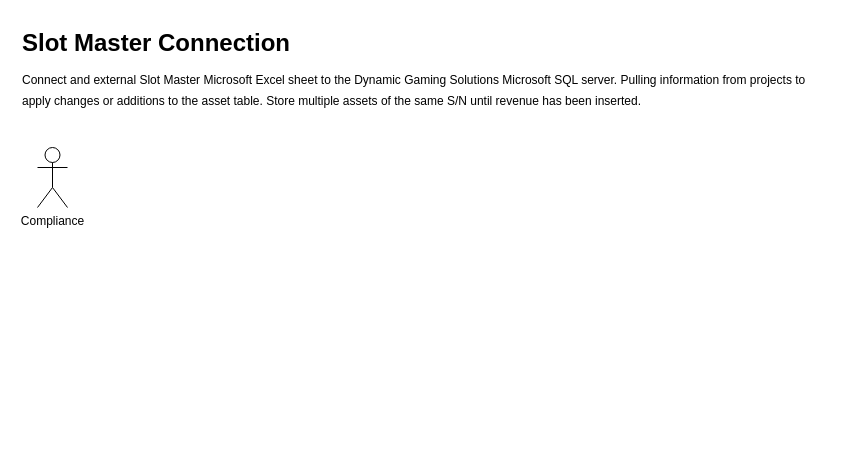
pcollins425/learning keeps this draw.io diagram as Slot_Master.drawio. Above is the earlier version. Source tidied: cells renumbered, new cells numbered last; positions are measured from the earlier drawing's top-left corner, leaving out a move shared by most shapes. Both pictures are drawn from the tidied source at 100%, with x=0, y=0 at pixel (17, 27).
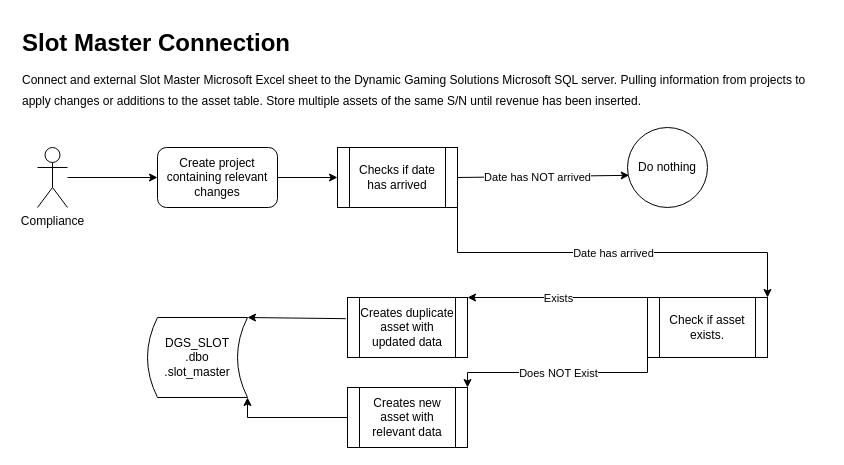
The same page after the edit.

Commit message:
Actually did something

The change refers to these unchanged cells:
```xml
<mxCell id="3" value="Compliance" style="shape=umlActor;verticalLabelPosition=bottom;verticalAlign=top;html=1;outlineConnect=0;" parent="1" vertex="1">
  <mxGeometry x="20" y="120" width="30" height="60" as="geometry" />
</mxCell>
```

What changed in the source:
```diff
@@
+    <mxCell id="4" value="Create project containing relevant changes" style="rounded=1;whiteSpace=wrap;html=1;" parent="1" vertex="1">
+      <mxGeometry x="140" y="120" width="120" height="60" as="geometry" />
+    </mxCell>
+    <mxCell id="5" style="endArrow=classic;html=1;rounded=0;entryX=0;entryY=0.5;entryDx=0;entryDy=0;" parent="1" edge="1" source="3" target="4">
+      <mxGeometry relative="1" as="geometry" />
+    </mxCell>
+    <mxCell id="6" style="endArrow=classic;html=1;rounded=0;exitX=1;exitY=0.5;exitDx=0;exitDy=0;entryX=0;entryY=0.5;entryDx=0;entryDy=0;" parent="1" edge="1" source="4" target="11">
+      <mxGeometry relative="1" as="geometry" />
+    </mxCell>
+    <mxCell id="7" value="Check if asset exists." style="shape=process;whiteSpace=wrap;html=1;backgroundOutline=1;" parent="1" vertex="1">
+      <mxGeometry x="630" y="270" width="120" height="60" as="geometry" />
+    </mxCell>
+    <mxCell id="8" style="endArrow=classic;html=1;rounded=0;exitX=0;exitY=0;exitDx=0;exitDy=0;entryX=1;entryY=0;entryDx=0;entryDy=0;" parent="1" edge="1" source="7" target="10">
+      <mxGeometry relative="1" as="geometry" />
+    </mxCell>
+    <mxCell id="9" value="Exists" style="edgeLabel;html=1;align=center;verticalAlign=middle;" parent="8" vertex="1">
+      <mxGeometry relative="1" as="geometry" />
+    </mxCell>
+    <mxCell id="10" value="Creates duplicate asset with updated data" style="shape=process;whiteSpace=wrap;html=1;backgroundOutline=1;" parent="1" vertex="1">
+      <mxGeometry x="330" y="270" width="120" height="60" as="geometry" />
+    </mxCell>
+    <mxCell id="11" value="Checks if date has arrived" style="shape=process;whiteSpace=wrap;html=1;backgroundOutline=1;" parent="1" vertex="1">
+      <mxGeometry x="320" y="120" width="120" height="60" as="geometry" />
+    </mxCell>
+    <mxCell id="12" style="endArrow=classic;html=1;rounded=0;exitX=1;exitY=0.5;exitDx=0;exitDy=0;entryX=0.021;entryY=0.598;entryDx=0;entryDy=0;entryPerimeter=0;" parent="1" edge="1" source="11" target="14">
+      <mxGeometry relative="1" as="geometry" />
+    </mxCell>
+    <mxCell id="13" value="Date has NOT arrived" style="edgeLabel;html=1;align=center;verticalAlign=middle;" parent="12" vertex="1">
+      <mxGeometry relative="1" as="geometry">
+        <mxPoint x="-6" y="1" as="offset" />
+      </mxGeometry>
+    </mxCell>
+    <mxCell id="14" value="Do nothing" style="ellipse;whiteSpace=wrap;html=1;" parent="1" vertex="1">
+      <mxGeometry x="610" y="100" width="80" height="80" as="geometry" />
+    </mxCell>
+    <mxCell id="15" style="endArrow=classic;html=1;rounded=0;exitX=1;exitY=1;exitDx=0;exitDy=0;edgeStyle=orthogonalEdgeStyle;entryX=1;entryY=0;entryDx=0;entryDy=0;" parent="1" edge="1" source="11" target="7">
+      <mxGeometry relative="1" as="geometry" />
+    </mxCell>
+    <mxCell id="16" value="Date has arrived" style="edgeLabel;html=1;align=center;verticalAlign=middle;" parent="15" vertex="1">
+      <mxGeometry relative="1" as="geometry" />
+    </mxCell>
+    <mxCell id="17" value="Creates new asset with relevant data" style="shape=process;whiteSpace=wrap;html=1;backgroundOutline=1;" parent="1" vertex="1">
+      <mxGeometry x="330" y="360" width="120" height="60" as="geometry" />
+    </mxCell>
+    <mxCell id="18" style="endArrow=classic;html=1;rounded=0;exitX=0;exitY=1;exitDx=0;exitDy=0;entryX=1;entryY=0;entryDx=0;entryDy=0;edgeStyle=orthogonalEdgeStyle;" parent="1" edge="1" source="7" target="17">
+      <mxGeometry relative="1" as="geometry" />
+    </mxCell>
+    <mxCell id="19" value="Does NOT Exist" style="edgeLabel;html=1;align=center;verticalAlign=middle;" parent="18" vertex="1">
+      <mxGeometry relative="1" as="geometry" />
+    </mxCell>
+    <mxCell id="20" value="DGS_SLOT&lt;br&gt;.dbo&lt;br&gt;.slot_master" style="shape=dataStorage;whiteSpace=wrap;html=1;fixedSize=1;size=10;" parent="1" vertex="1">
+      <mxGeometry x="130" y="290" width="100" height="80" as="geometry" />
+    </mxCell>
+    <mxCell id="21" style="endArrow=classic;html=1;rounded=0;entryX=1;entryY=0;entryDx=0;entryDy=0;exitX=-0.014;exitY=0.353;exitDx=0;exitDy=0;exitPerimeter=0;" parent="1" edge="1" source="10" target="20">
+      <mxGeometry relative="1" as="geometry" />
+    </mxCell>
+    <mxCell id="22" style="endArrow=classic;html=1;rounded=0;entryX=1;entryY=1;entryDx=0;entryDy=0;exitX=0;exitY=0.5;exitDx=0;exitDy=0;edgeStyle=orthogonalEdgeStyle;" parent="1" edge="1" source="17" target="20">
+      <mxGeometry relative="1" as="geometry" />
+    </mxCell>
```
